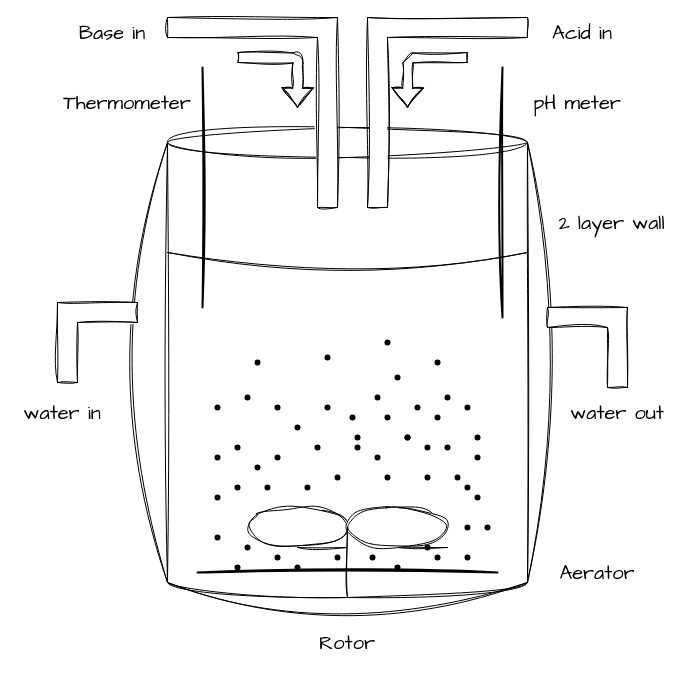
Before: blueprints/bioreactor.drawio in MelcherMate/Bioversee_Webapp, a draw.io diagram. Source tidied: cells renumbered, new cells numbered last; positions are measured from the earlier drawing's top-left corner, leaving out a move shared by most shapes. Both pictures are drawn from the tidied source at 100%, with x=0, y=0 at pixel (17, 17).
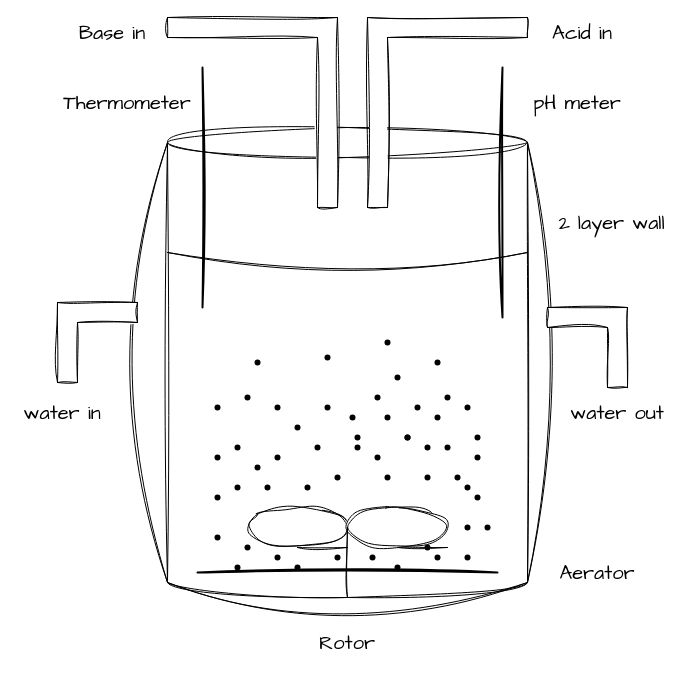
Above is the later version.

The edit, as a diff of the source:
```diff
@@
-    <mxCell id="66" style="shape=flexArrow;endArrow=classic;html=1;sketch=1;hachureGap=4;jiggle=2;curveFitting=1;fontFamily=Architects Daughter;fontSize=16;edgeStyle=orthogonalEdgeStyle;" parent="1" edge="1">
-      <mxGeometry relative="1" as="geometry">
-        <mxPoint x="450" y="40" as="sourcePoint" />
-        <mxPoint x="390" y="90" as="targetPoint" />
-      </mxGeometry>
-    </mxCell>
-    <mxCell id="67" style="shape=flexArrow;endArrow=classic;html=1;sketch=1;hachureGap=4;jiggle=2;curveFitting=1;fontFamily=Architects Daughter;fontSize=16;edgeStyle=orthogonalEdgeStyle;" parent="1" edge="1">
-      <mxGeometry relative="1" as="geometry">
-        <mxPoint x="220" y="40" as="sourcePoint" />
-        <mxPoint x="280" y="90" as="targetPoint" />
-      </mxGeometry>
-    </mxCell>
```
